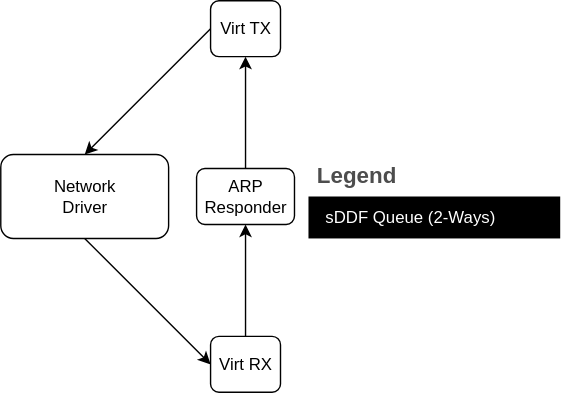
Before: static/arp_responder.svg, a diagram exported from draw.io (au-ts/lionsos.org). Source tidied: cells renumbered, new cells last; positions are measured from the earlier drawing's top-left corner, leaving out a move shared by most shapes. The source it was exported from:
```xml
<mxGraphModel>
  <root>
    <mxCell id="0" />
    <mxCell id="1" parent="0" />
    <mxCell id="2" value="&lt;div&gt;Network&lt;/div&gt;&lt;div&gt;Driver&lt;/div&gt;" style="rounded=1;whiteSpace=wrap;html=1;" parent="1" vertex="1">
      <mxGeometry y="110" width="120" height="60" as="geometry" />
    </mxCell>
    <mxCell id="3" value="Virt TX" style="rounded=1;whiteSpace=wrap;html=1;" parent="1" vertex="1">
      <mxGeometry x="150" width="50" height="40" as="geometry" />
    </mxCell>
    <mxCell id="4" value="Virt RX" style="rounded=1;whiteSpace=wrap;html=1;" parent="1" vertex="1">
      <mxGeometry x="150" y="240" width="50" height="40" as="geometry" />
    </mxCell>
    <mxCell id="5" style="endArrow=classic;html=1;rounded=0;exitX=0.5;exitY=1;exitDx=0;exitDy=0;entryX=0;entryY=0.5;entryDx=0;entryDy=0;" parent="1" edge="1" source="2" target="4">
      <mxGeometry relative="1" as="geometry" />
    </mxCell>
    <mxCell id="6" value="&lt;div&gt;ARP&lt;/div&gt;&lt;div&gt;Responder&lt;/div&gt;" style="rounded=1;whiteSpace=wrap;html=1;" parent="1" vertex="1">
      <mxGeometry x="140" y="120" width="70" height="40" as="geometry" />
    </mxCell>
    <mxCell id="7" style="endArrow=classic;html=1;rounded=0;exitX=0.5;exitY=0;exitDx=0;exitDy=0;entryX=0.5;entryY=1;entryDx=0;entryDy=0;" parent="1" edge="1" source="6" target="3">
      <mxGeometry relative="1" as="geometry" />
    </mxCell>
    <mxCell id="8" style="endArrow=classic;html=1;rounded=0;exitX=0;exitY=0.5;exitDx=0;exitDy=0;entryX=0.5;entryY=0;entryDx=0;entryDy=0;" parent="1" edge="1" source="3" target="2">
      <mxGeometry relative="1" as="geometry" />
    </mxCell>
    <mxCell id="9" style="endArrow=classic;html=1;rounded=0;exitX=0.5;exitY=0;exitDx=0;exitDy=0;entryX=0.5;entryY=1;entryDx=0;entryDy=0;" parent="1" edge="1" source="4" target="6">
      <mxGeometry relative="1" as="geometry" />
    </mxCell>
    <mxCell id="10" value="Legend" style="shape=table;startSize=30;fontSize=16;align=left;verticalAlign=top;fillColor=none;strokeColor=none;fontColor=#4D4D4D;fontStyle=1;spacingLeft=6;spacing=0;" parent="1" vertex="1">
      <mxGeometry x="220" y="110" width="180" height="60" as="geometry" />
    </mxCell>
    <mxCell id="11" style="shape=tableRow;horizontal=0;startSize=0;swimlaneHead=0;swimlaneBody=0;strokeColor=inherit;top=0;left=0;bottom=0;right=0;fillColor=none;fontSize=12;" parent="10" vertex="1">
      <mxGeometry y="30" width="180" height="30" as="geometry" />
    </mxCell>
    <mxCell id="12" value="sDDF Queue (2-Ways)" style="shape=partialRectangle;html=1;whiteSpace=wrap;strokeColor=inherit;overflow=hidden;fillColor=#000000;top=0;left=0;bottom=0;right=0;fontSize=12;align=left;fontColor=#FFFFFF;gradientColor=none;spacingLeft=10;spacingRight=4;" parent="11" vertex="1">
      <mxGeometry width="180" height="30" as="geometry" />
    </mxCell>
  </root>
</mxGraphModel>
```
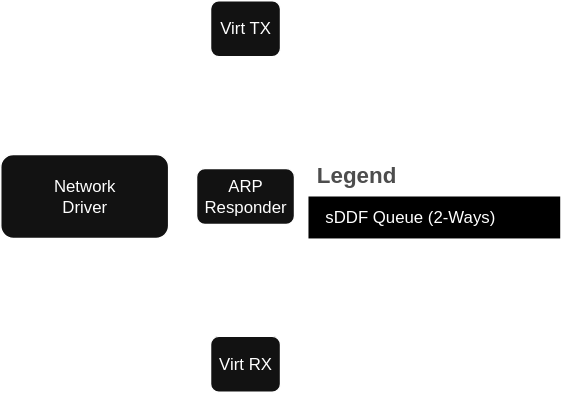
The same diagram one commit later.

Diff of the diagram source:
```diff
@@ -11,19 +11,19 @@
     <mxCell id="4" value="Virt RX" style="rounded=1;whiteSpace=wrap;html=1;" parent="1" vertex="1">
       <mxGeometry x="150" y="240" width="50" height="40" as="geometry" />
     </mxCell>
-    <mxCell id="5" style="endArrow=classic;html=1;rounded=0;exitX=0.5;exitY=1;exitDx=0;exitDy=0;entryX=0;entryY=0.5;entryDx=0;entryDy=0;" parent="1" edge="1" source="2" target="4">
+    <mxCell id="5" style="endArrow=classic;html=1;rounded=0;exitX=0.5;exitY=1;exitDx=0;exitDy=0;entryX=0;entryY=0.5;entryDx=0;entryDy=0;startArrow=classic;startFill=1;" parent="1" edge="1" source="2" target="4">
       <mxGeometry relative="1" as="geometry" />
     </mxCell>
     <mxCell id="6" value="&lt;div&gt;ARP&lt;/div&gt;&lt;div&gt;Responder&lt;/div&gt;" style="rounded=1;whiteSpace=wrap;html=1;" parent="1" vertex="1">
       <mxGeometry x="140" y="120" width="70" height="40" as="geometry" />
     </mxCell>
-    <mxCell id="7" style="endArrow=classic;html=1;rounded=0;exitX=0.5;exitY=0;exitDx=0;exitDy=0;entryX=0.5;entryY=1;entryDx=0;entryDy=0;" parent="1" edge="1" source="6" target="3">
+    <mxCell id="7" style="endArrow=classic;html=1;rounded=0;exitX=0.5;exitY=0;exitDx=0;exitDy=0;entryX=0.5;entryY=1;entryDx=0;entryDy=0;startArrow=classic;startFill=1;" parent="1" edge="1" source="6" target="3">
       <mxGeometry relative="1" as="geometry" />
     </mxCell>
-    <mxCell id="8" style="endArrow=classic;html=1;rounded=0;exitX=0;exitY=0.5;exitDx=0;exitDy=0;entryX=0.5;entryY=0;entryDx=0;entryDy=0;" parent="1" edge="1" source="3" target="2">
+    <mxCell id="8" style="endArrow=classic;html=1;rounded=0;exitX=0;exitY=0.5;exitDx=0;exitDy=0;entryX=0.5;entryY=0;entryDx=0;entryDy=0;startArrow=classic;startFill=1;" parent="1" edge="1" source="3" target="2">
       <mxGeometry relative="1" as="geometry" />
     </mxCell>
-    <mxCell id="9" style="endArrow=classic;html=1;rounded=0;exitX=0.5;exitY=0;exitDx=0;exitDy=0;entryX=0.5;entryY=1;entryDx=0;entryDy=0;" parent="1" edge="1" source="4" target="6">
+    <mxCell id="9" style="endArrow=classic;html=1;rounded=0;exitX=0.5;exitY=0;exitDx=0;exitDy=0;entryX=0.5;entryY=1;entryDx=0;entryDy=0;startArrow=classic;startFill=1;" parent="1" edge="1" source="4" target="6">
       <mxGeometry relative="1" as="geometry" />
     </mxCell>
     <mxCell id="10" value="Legend" style="shape=table;startSize=30;fontSize=16;align=left;verticalAlign=top;fillColor=none;strokeColor=none;fontColor=#4D4D4D;fontStyle=1;spacingLeft=6;spacing=0;" parent="1" vertex="1">
```
